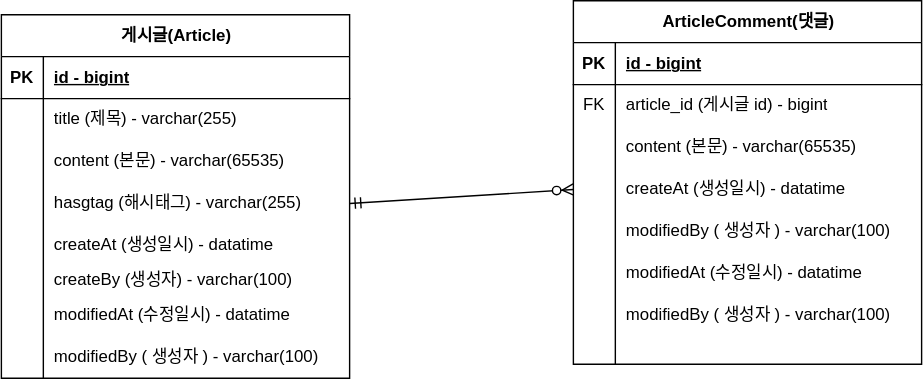
The draw.io diagram document/project-board-erd.drawio.svg in BaekSeungChan/-notice-board, before a commit. Source tidied: cells renumbered, new cells last; positions are measured from the earlier drawing's top-left corner, leaving out a move shared by most shapes.
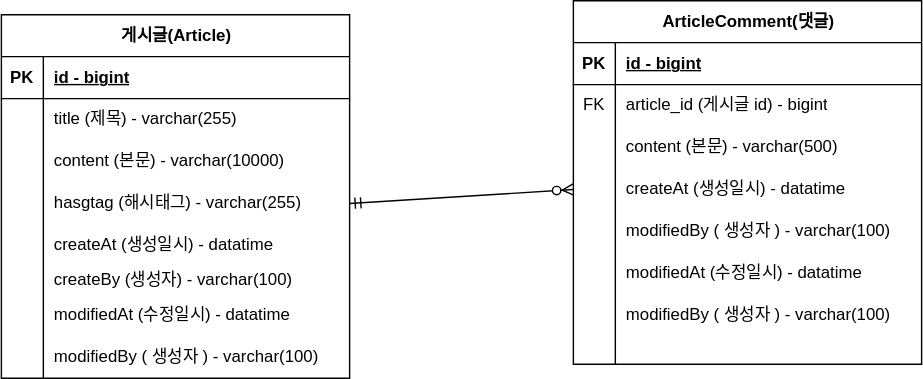
After the commit.

Commit message:
#10 - erd  업데이트 content 사이즈 변경project-board-erd.drawio.svg 업데이트

What changed in the source:
```diff
@@ -29,7 +29,7 @@
     <mxCell id="10" style="shape=partialRectangle;fillColor=none;top=0;left=0;bottom=0;right=0;overflow=hidden;whiteSpace=wrap;html=1;" parent="9" vertex="1">
       <mxGeometry width="30" height="30" as="geometry" />
     </mxCell>
-    <mxCell id="11" value="content (본문) - varchar(65535)" style="shape=partialRectangle;fillColor=none;top=0;left=0;bottom=0;right=0;align=left;spacingLeft=6;overflow=hidden;whiteSpace=wrap;html=1;" parent="9" vertex="1">
+    <mxCell id="11" value="content (본문) - varchar(10000)" style="shape=partialRectangle;fillColor=none;top=0;left=0;bottom=0;right=0;align=left;spacingLeft=6;overflow=hidden;whiteSpace=wrap;html=1;" parent="9" vertex="1">
       <mxGeometry x="30" width="219" height="30" as="geometry" />
     </mxCell>
     <mxCell id="12" style="shape=tableRow;horizontal=0;startSize=0;swimlaneHead=0;swimlaneBody=0;fillColor=none;points=[[0,0.5],[1,0.5]];portConstraint=eastwest;top=0;left=0;right=0;bottom=0;" parent="2" vertex="1">
@@ -104,7 +104,7 @@
     <mxCell id="35" style="shape=partialRectangle;fillColor=none;top=0;left=0;bottom=0;right=0;overflow=hidden;whiteSpace=wrap;html=1;" parent="34" vertex="1">
       <mxGeometry width="30" height="30" as="geometry" />
     </mxCell>
-    <mxCell id="36" value="content (본문) - varchar(65535)" style="shape=partialRectangle;fillColor=none;top=0;left=0;bottom=0;right=0;align=left;spacingLeft=6;overflow=hidden;whiteSpace=wrap;html=1;" parent="34" vertex="1">
+    <mxCell id="36" value="content (본문) - varchar(500)" style="shape=partialRectangle;fillColor=none;top=0;left=0;bottom=0;right=0;align=left;spacingLeft=6;overflow=hidden;whiteSpace=wrap;html=1;" parent="34" vertex="1">
       <mxGeometry x="30" width="219" height="30" as="geometry" />
     </mxCell>
     <mxCell id="37" style="shape=tableRow;horizontal=0;startSize=0;swimlaneHead=0;swimlaneBody=0;fillColor=none;points=[[0,0.5],[1,0.5]];portConstraint=eastwest;top=0;left=0;right=0;bottom=0;" parent="27" vertex="1">
```
